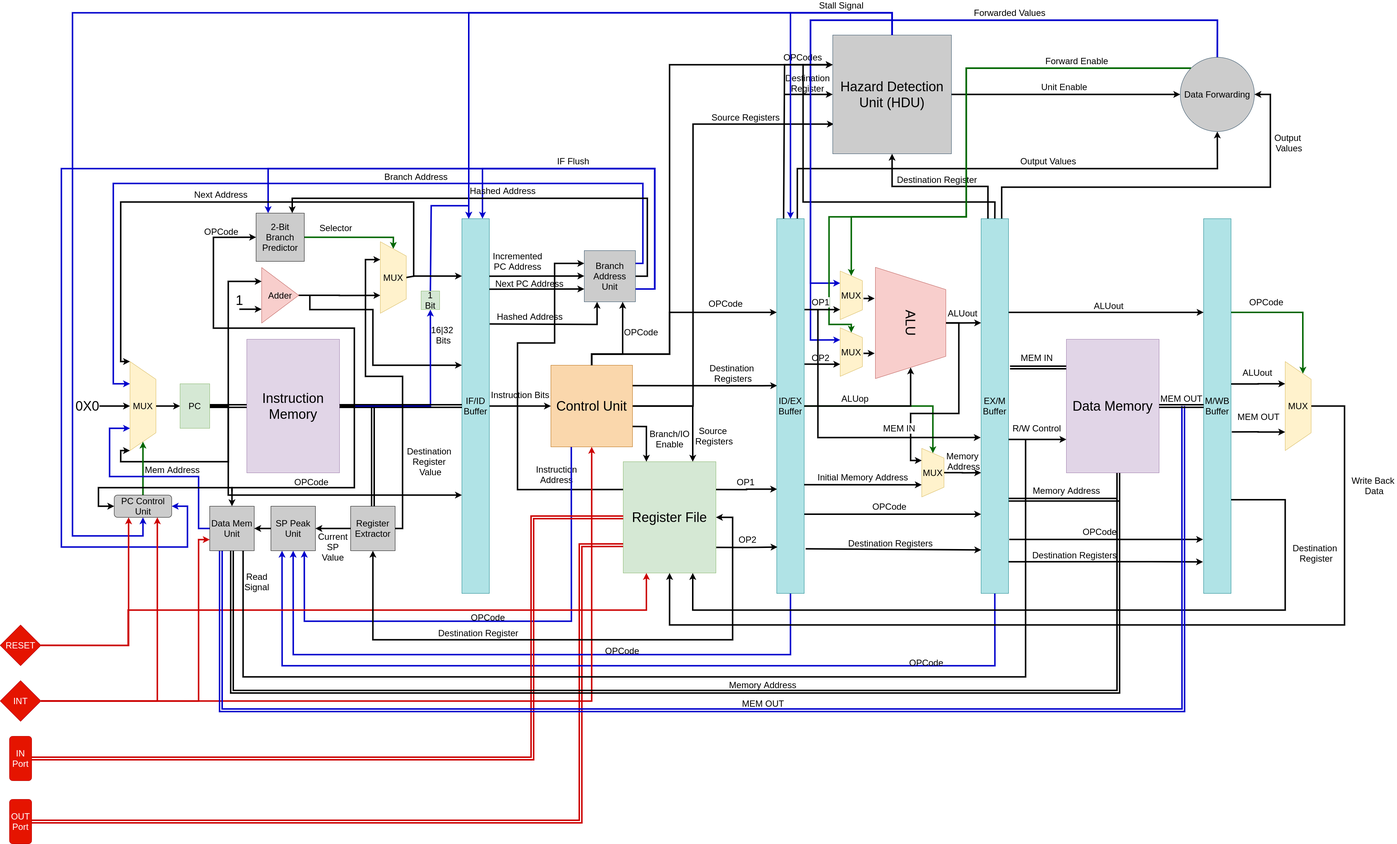
mido3ds/pipeline-risc-cpu keeps this draw.io diagram as docs/overall_system.png. Above is the earlier version. Source tidied: cells renumbered, new cells last; positions are measured from the earlier drawing's top-left corner, leaving out a move shared by most shapes.
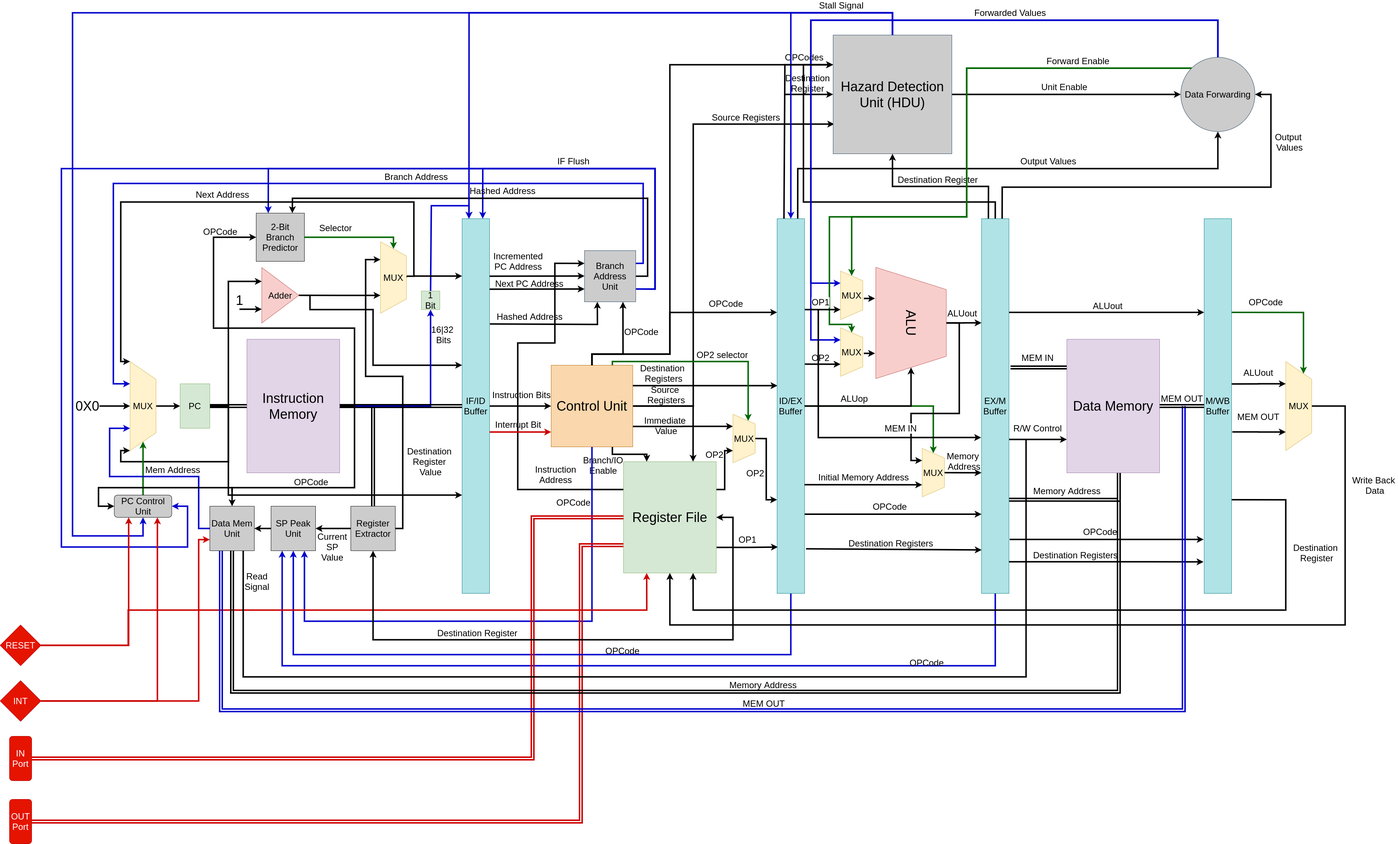
After the change.

Commit message:
updated interrupt and buffers registers

The edit, as a diff of the source:
```diff
@@ -94,9 +94,9 @@
         </Array>
       </mxGeometry>
     </mxCell>
-    <mxCell id="19" value="&lt;span style=&quot;font-size: 24px&quot;&gt;Destination &lt;br&gt;Registers&lt;/span&gt;" style="text;html=1;align=center;verticalAlign=middle;labelBackgroundColor=#ffffff;" parent="18" vertex="1">
+    <mxCell id="19" value="&lt;span style=&quot;font-size: 24px&quot;&gt;Destination &lt;br&gt;Registers&lt;/span&gt;" style="text;html=1;align=center;verticalAlign=middle;labelBackgroundColor=none;" parent="18" vertex="1">
       <mxGeometry x="0.19" y="2" relative="1" as="geometry">
-        <mxPoint x="36.7" y="-33" as="offset" />
+        <mxPoint x="-152" y="-33" as="offset" />
       </mxGeometry>
     </mxCell>
     <mxCell id="20" style="edgeStyle=orthogonalEdgeStyle;rounded=0;jettySize=auto;html=1;exitX=0.5;exitY=0;exitDx=0;exitDy=0;entryX=0.75;entryY=1;entryDx=0;entryDy=0;fillColor=none;strokeWidth=4;" parent="1" edge="1" source="27" target="46">
@@ -133,34 +133,52 @@
         <mxPoint x="-40" y="-97" as="offset" />
       </mxGeometry>
     </mxCell>
-    <mxCell id="24" value="&lt;span style=&quot;font-size: 24px&quot;&gt;Branch/IO&lt;br&gt;&lt;/span&gt;&lt;span style=&quot;font-size: 24px&quot;&gt;Enable&lt;/span&gt;" style="edgeStyle=orthogonalEdgeStyle;rounded=0;jettySize=auto;html=1;exitX=1;exitY=0.75;exitDx=0;exitDy=0;entryX=0.25;entryY=0;entryDx=0;entryDy=0;strokeColor=#000000;strokeWidth=4;" parent="1" edge="1" source="27" target="30">
-      <mxGeometry x="-0.43" y="-72" relative="1" as="geometry">
+    <mxCell id="24" value="&lt;span style=&quot;font-size: 24px&quot;&gt;Branch/IO&lt;br&gt;&lt;/span&gt;&lt;span style=&quot;font-size: 24px&quot;&gt;Enable&lt;/span&gt;" style="edgeStyle=orthogonalEdgeStyle;rounded=0;jettySize=auto;html=1;exitX=0.75;exitY=1;exitDx=0;exitDy=0;entryX=0.25;entryY=0;entryDx=0;entryDy=0;strokeColor=#000000;strokeWidth=4;" parent="1" edge="1" source="27" target="30">
+      <mxGeometry x="-0.7" y="-39" relative="1" as="geometry">
         <Array as="points">
-          <mxPoint x="1743" y="1115" />
+          <mxPoint x="1650" y="1190" />
+          <mxPoint x="1743" y="1190" />
         </Array>
-        <mxPoint x="134" y="35" as="offset" />
+        <mxPoint x="-25" y="-9" as="offset" />
       </mxGeometry>
     </mxCell>
-    <mxCell id="25" value="&lt;span style=&quot;font-size: 24px&quot;&gt;Source &lt;br&gt;Registers&lt;/span&gt;" style="edgeStyle=orthogonalEdgeStyle;rounded=0;jettySize=auto;html=1;exitX=1;exitY=0.5;exitDx=0;exitDy=0;entryX=0.75;entryY=0;entryDx=0;entryDy=0;strokeColor=#000000;strokeWidth=4;" parent="1" edge="1" source="27" target="30">
-      <mxGeometry x="0.55" y="57" relative="1" as="geometry">
-        <mxPoint x="1" y="-1" as="offset" />
-      </mxGeometry>
+    <mxCell id="25" value="&lt;span style=&quot;font-size: 24px&quot;&gt;Source &lt;br&gt;Registers&lt;/span&gt;" style="edgeStyle=orthogonalEdgeStyle;rounded=0;jettySize=auto;html=1;exitX=1;exitY=0.5;exitDx=0;exitDy=0;entryX=0.75;entryY=0;entryDx=0;entryDy=0;strokeColor=#000000;strokeWidth=4;labelBackgroundColor=none;" parent="1" edge="1" source="27" target="30">
+      <mxGeometry x="-0.42" y="30" relative="1" as="geometry" />
     </mxCell>
-    <mxCell id="26" value="&lt;font style=&quot;font-size: 24px&quot;&gt;OPCode&lt;/font&gt;" style="edgeStyle=orthogonalEdgeStyle;rounded=0;jettySize=auto;html=1;exitX=0.25;exitY=1;exitDx=0;exitDy=0;entryX=0.75;entryY=1;entryDx=0;entryDy=0;labelBackgroundColor=none;strokeColor=#0000CC;strokeWidth=4;" parent="1" edge="1" source="27" target="134">
-      <mxGeometry x="-0.33" y="-225" relative="1" as="geometry">
+    <mxCell id="26" value="&lt;font style=&quot;font-size: 24px&quot;&gt;OPCode&lt;/font&gt;" style="edgeStyle=orthogonalEdgeStyle;rounded=0;jettySize=auto;html=1;exitX=0.5;exitY=1;exitDx=0;exitDy=0;entryX=0.75;entryY=1;entryDx=0;entryDy=0;labelBackgroundColor=none;strokeColor=#0000CC;strokeWidth=4;" parent="1" edge="1" source="27" target="134">
+      <mxGeometry x="-0.79" y="-50" relative="1" as="geometry">
         <Array as="points">
-          <mxPoint x="1540" y="1640" />
+          <mxPoint x="1595" y="1640" />
           <mxPoint x="820" y="1640" />
         </Array>
       </mxGeometry>
     </mxCell>
+    <mxCell id="148" style="edgeStyle=orthogonalEdgeStyle;rounded=0;jettySize=auto;html=1;exitX=1;exitY=0.75;exitDx=0;exitDy=0;entryX=0.25;entryY=1;entryDx=0;entryDy=0;labelBackgroundColor=none;strokeWidth=4;" parent="1" edge="1" source="27" target="153">
+      <mxGeometry relative="1" as="geometry" />
+    </mxCell>
+    <mxCell id="149" value="&lt;font style=&quot;font-size: 24px&quot;&gt;Immediate &lt;br&gt;Value&lt;/font&gt;" style="text;html=1;align=center;verticalAlign=middle;" parent="148" vertex="1">
+      <mxGeometry y="47" relative="1" as="geometry">
+        <mxPoint x="-48" y="44" as="offset" />
+      </mxGeometry>
+    </mxCell>
+    <mxCell id="150" style="edgeStyle=orthogonalEdgeStyle;rounded=0;jettySize=auto;html=1;exitX=0.75;exitY=0;exitDx=0;exitDy=0;entryX=0;entryY=0.25;entryDx=0;entryDy=0;labelBackgroundColor=none;strokeWidth=4;strokeColor=#006600;" parent="1" edge="1" source="27" target="153">
+      <mxGeometry relative="1" as="geometry">
+        <Array as="points">
+          <mxPoint x="1650" y="940" />
+          <mxPoint x="2016" y="940" />
+        </Array>
+      </mxGeometry>
+    </mxCell>
+    <mxCell id="151" value="&lt;font style=&quot;font-size: 24px&quot;&gt;OP2 selector&lt;/font&gt;" style="text;html=1;align=center;verticalAlign=middle;" parent="150" vertex="1">
+      <mxGeometry x="0.14" y="2" relative="1" as="geometry">
+        <mxPoint x="1" y="-18" as="offset" />
+      </mxGeometry>
+    </mxCell>
     <mxCell id="27" value="&lt;font style=&quot;font-size: 36px&quot;&gt;Control Unit&lt;/font&gt;" style="whiteSpace=wrap;html=1;fillColor=#fad7ac;strokeColor=#b46504;" parent="1" vertex="1">
       <mxGeometry x="1485" y="950" width="220" height="220" as="geometry" />
     </mxCell>
-    <mxCell id="28" value="&lt;font style=&quot;font-size: 24px&quot;&gt;OP1&lt;br&gt;&lt;/font&gt;" style="edgeStyle=orthogonalEdgeStyle;rounded=0;jettySize=auto;html=1;exitX=1;exitY=0.25;exitDx=0;exitDy=0;fillColor=none;strokeWidth=4;" parent="1" edge="1" source="30">
-      <mxGeometry x="-0.06" y="20" relative="1" as="geometry">
-        <mxPoint x="2095" y="1284" as="targetPoint" />
-      </mxGeometry>
+    <mxCell id="28" value="&lt;font style=&quot;font-size: 24px&quot;&gt;OP2&lt;br&gt;&lt;/font&gt;" style="edgeStyle=orthogonalEdgeStyle;rounded=0;jettySize=auto;html=1;exitX=1;exitY=0.25;exitDx=0;exitDy=0;fillColor=none;strokeWidth=4;entryX=0.75;entryY=1;entryDx=0;entryDy=0;labelBackgroundColor=none;" parent="1" edge="1" source="30" target="153">
+      <mxGeometry x="0.57" y="28" relative="1" as="geometry" />
     </mxCell>
     <mxCell id="29" style="edgeStyle=orthogonalEdgeStyle;rounded=0;jettySize=auto;html=1;exitX=0;exitY=0.75;exitDx=0;exitDy=0;entryX=0.5;entryY=0;entryDx=0;entryDy=0;strokeColor=#CC0000;strokeWidth=4;shape=link;" parent="1" edge="1" source="30" target="100">
       <mxGeometry relative="1" as="geometry">
@@ -549,9 +567,6 @@
     <mxCell id="90" value="&lt;font style=&quot;font-size: 24px&quot;&gt;RESET&lt;/font&gt;" style="rhombus;whiteSpace=wrap;html=1;fillColor=#e51400;strokeColor=#B20000;fontColor=#ffffff;" parent="1" vertex="1">
       <mxGeometry y="1650" width="110" height="110" as="geometry" />
     </mxCell>
-    <mxCell id="91" style="edgeStyle=orthogonalEdgeStyle;rounded=0;jettySize=auto;html=1;exitX=1;exitY=0.5;exitDx=0;exitDy=0;strokeColor=#CC0000;strokeWidth=4;fillColor=none;" parent="1" edge="1" source="94" target="27">
-      <mxGeometry relative="1" as="geometry" />
-    </mxCell>
     <mxCell id="92" style="edgeStyle=orthogonalEdgeStyle;rounded=0;jettySize=auto;html=1;exitX=1;exitY=0.5;exitDx=0;exitDy=0;entryX=0.75;entryY=1;entryDx=0;entryDy=0;labelBackgroundColor=none;endArrow=classic;endFill=1;strokeColor=#CC0000;strokeWidth=4;" parent="1" edge="1" source="94" target="146">
       <mxGeometry relative="1" as="geometry" />
     </mxCell>
@@ -602,7 +617,7 @@
         <mxPoint x="9.1" y="-28" as="offset" />
       </mxGeometry>
     </mxCell>
-    <mxCell id="102" value="&lt;font style=&quot;font-size: 24px&quot;&gt;OP2&lt;br&gt;&lt;/font&gt;" style="edgeStyle=orthogonalEdgeStyle;rounded=0;orthogonalLoop=1;jettySize=auto;html=1;exitX=1;exitY=0.25;exitDx=0;exitDy=0;fillColor=none;strokeWidth=4;" parent="1" edge="1">
+    <mxCell id="102" value="&lt;font style=&quot;font-size: 24px&quot;&gt;OP1&lt;br&gt;&lt;/font&gt;" style="edgeStyle=orthogonalEdgeStyle;rounded=0;orthogonalLoop=1;jettySize=auto;html=1;exitX=1;exitY=0.25;exitDx=0;exitDy=0;fillColor=none;strokeWidth=4;" parent="1" edge="1">
       <mxGeometry x="0.01" y="21" relative="1" as="geometry">
         <mxPoint x="1931" y="1441" as="sourcePoint" />
         <mxPoint x="2096" y="1440" as="targetPoint" />
@@ -887,5 +902,17 @@
         </Array>
       </mxGeometry>
     </mxCell>
+    <mxCell id="152" value="&lt;font style=&quot;font-size: 24px&quot;&gt;OP2&lt;/font&gt;" style="edgeStyle=orthogonalEdgeStyle;rounded=0;jettySize=auto;html=1;exitX=0.5;exitY=0;exitDx=0;exitDy=0;entryX=0;entryY=0.75;entryDx=0;entryDy=0;labelBackgroundColor=none;strokeWidth=4;" parent="1" edge="1" source="153" target="39">
+      <mxGeometry x="0.09" y="-30" relative="1" as="geometry" />
+    </mxCell>
+    <mxCell id="153" value="&lt;font style=&quot;font-size: 24px&quot;&gt;MUX&lt;/font&gt;" style="shape=trapezoid;perimeter=trapezoidPerimeter;whiteSpace=wrap;html=1;direction=south;fillColor=#fff2cc;strokeColor=#d6b656;" parent="1" vertex="1">
+      <mxGeometry x="1975" y="1082" width="60" height="131" as="geometry" />
+    </mxCell>
+    <mxCell id="154" value="&lt;font style=&quot;font-size: 24px&quot;&gt;Interrupt Bit&lt;/font&gt;" style="edgeStyle=orthogonalEdgeStyle;rounded=0;orthogonalLoop=1;jettySize=auto;html=1;exitX=1;exitY=0.5;exitDx=0;exitDy=0;entryX=0;entryY=0.5;entryDx=0;entryDy=0;fillColor=none;strokeWidth=4;strokeColor=#CC0000;labelBackgroundColor=none;" parent="1" edge="1">
+      <mxGeometry x="-0.08" y="20" relative="1" as="geometry">
+        <mxPoint x="1319" y="1130" as="sourcePoint" />
+        <mxPoint x="1485" y="1130" as="targetPoint" />
+      </mxGeometry>
+    </mxCell>
   </root>
 </mxGraphModel>
```
